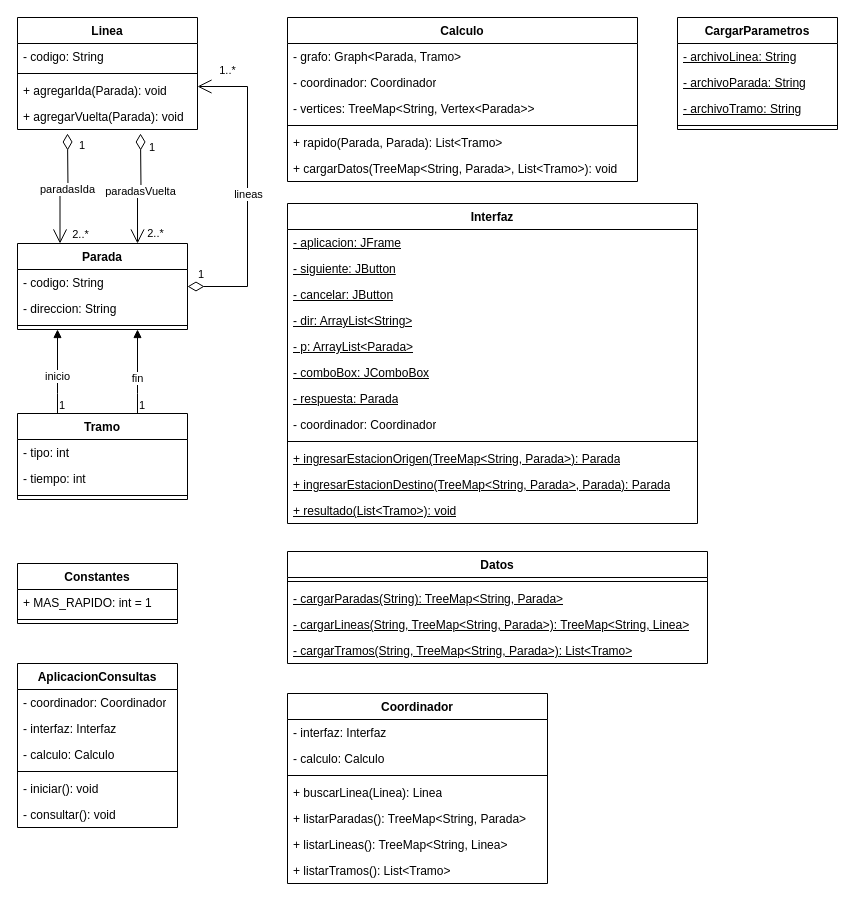
The draw.io diagram UML.drawio in maccden/ISFPP-POO-Velasquez-Casteglione, before the edit. Source tidied: cells renumbered, new cells numbered last; positions are measured from the earlier drawing's top-left corner, leaving out a move shared by most shapes. Both pictures are drawn from the tidied source at 100%, with x=0, y=0 at pixel (17, 17).
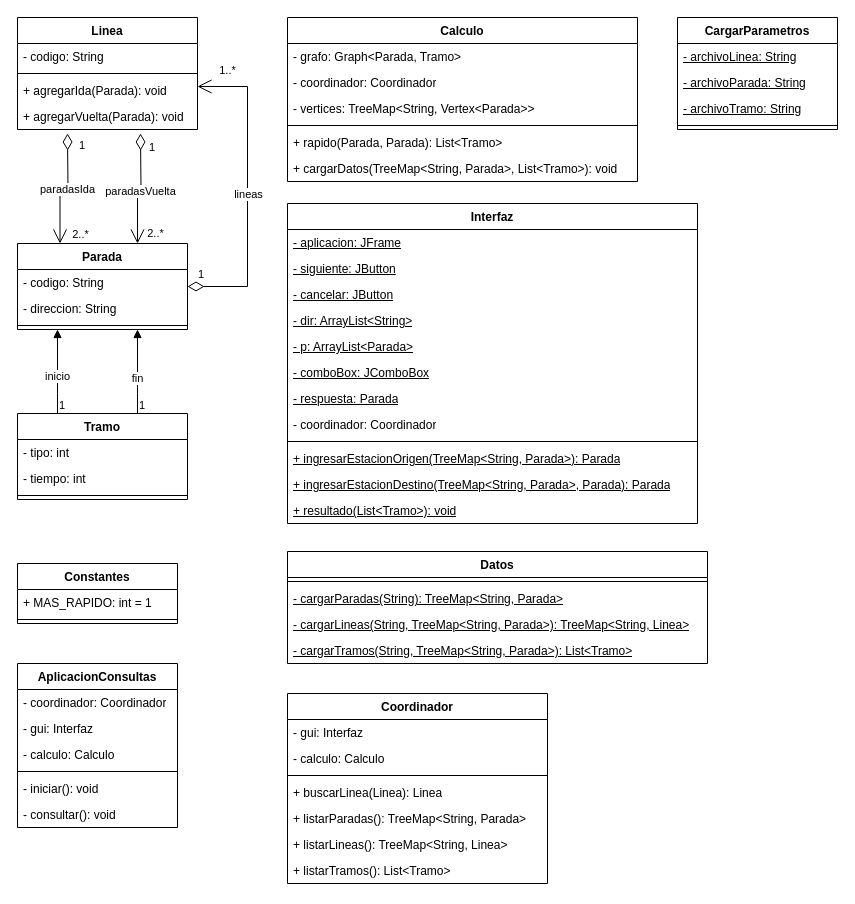
The same diagram, later.

Unchanged cells that the change refers to:
```xml
<mxCell id="63" value="AplicacionConsultas" style="swimlane;fontStyle=1;align=center;verticalAlign=top;horizontal=1;startSize=26;whiteSpace=wrap;html=1;" parent="1" vertex="1">
  <mxGeometry y="646" width="160" height="164" as="geometry" />
</mxCell>
<mxCell id="70" value="Coordinador" style="swimlane;fontStyle=1;align=center;verticalAlign=top;horizontal=1;startSize=26;whiteSpace=wrap;html=1;" parent="1" vertex="1">
  <mxGeometry x="270" y="676" width="260" height="190" as="geometry" />
</mxCell>
```

The edit, as a diff of the source:
```diff
@@
-    <mxCell id="65" value="- interfaz: Interfaz" style="text;strokeColor=none;fillColor=none;align=left;verticalAlign=top;spacingLeft=4;spacingRight=4;overflow=hidden;whiteSpace=wrap;html=1;" parent="63" vertex="1">
+    <mxCell id="65" value="- gui: Interfaz" style="text;strokeColor=none;fillColor=none;align=left;verticalAlign=top;spacingLeft=4;spacingRight=4;overflow=hidden;whiteSpace=wrap;html=1;" parent="63" vertex="1">
       <mxGeometry y="52" width="160" height="26" as="geometry" />
     </mxCell>
@@
-    <mxCell id="71" value="- interfaz: Interfaz" style="text;strokeColor=none;fillColor=none;align=left;verticalAlign=top;spacingLeft=4;spacingRight=4;overflow=hidden;whiteSpace=wrap;html=1;" parent="70" vertex="1">
+    <mxCell id="71" value="- gui: Interfaz" style="text;strokeColor=none;fillColor=none;align=left;verticalAlign=top;spacingLeft=4;spacingRight=4;overflow=hidden;whiteSpace=wrap;html=1;" parent="70" vertex="1">
       <mxGeometry y="26" width="260" height="26" as="geometry" />
     </mxCell>
```
